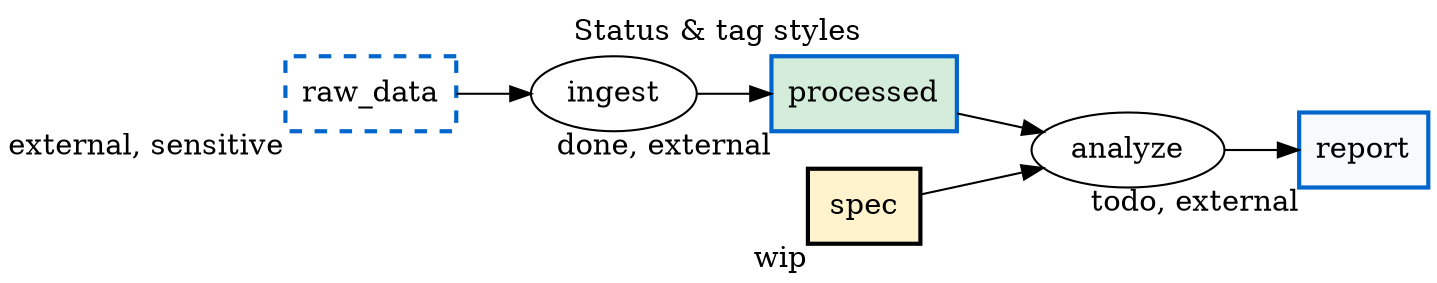
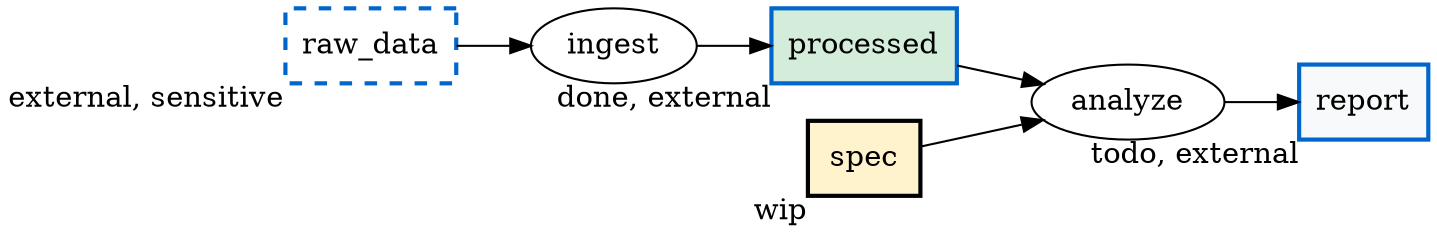
digraph PFDSL {
  rankdir=LR;
  newrank=true;
-   label="Status & tag styles";
-   labelloc="t";

  "analyze" [shape=ellipse, label="analyze"];
  "ingest" [shape=ellipse, label="ingest"];
  "processed" [shape=box, label="processed", xlabel="done, external", fillcolor="#d4edda", color="#0066cc", style="filled", penwidth="2"];
  "raw_data" [shape=box, label="raw_data", xlabel="external, sensitive", color="#0066cc", style="dashed", penwidth="2"];
  "report" [shape=box, label="report", xlabel="todo, external", fillcolor="#f8f9fa", color="#0066cc", style="filled", penwidth="2"];
  "spec" [shape=box, label="spec", xlabel="wip", fillcolor="#fff3cd", style="filled", penwidth="2"];

  "raw_data" -> "ingest";
  "ingest" -> "processed";
  "spec" -> "analyze";
  "analyze" -> "report";
  "processed" -> "analyze";
}
